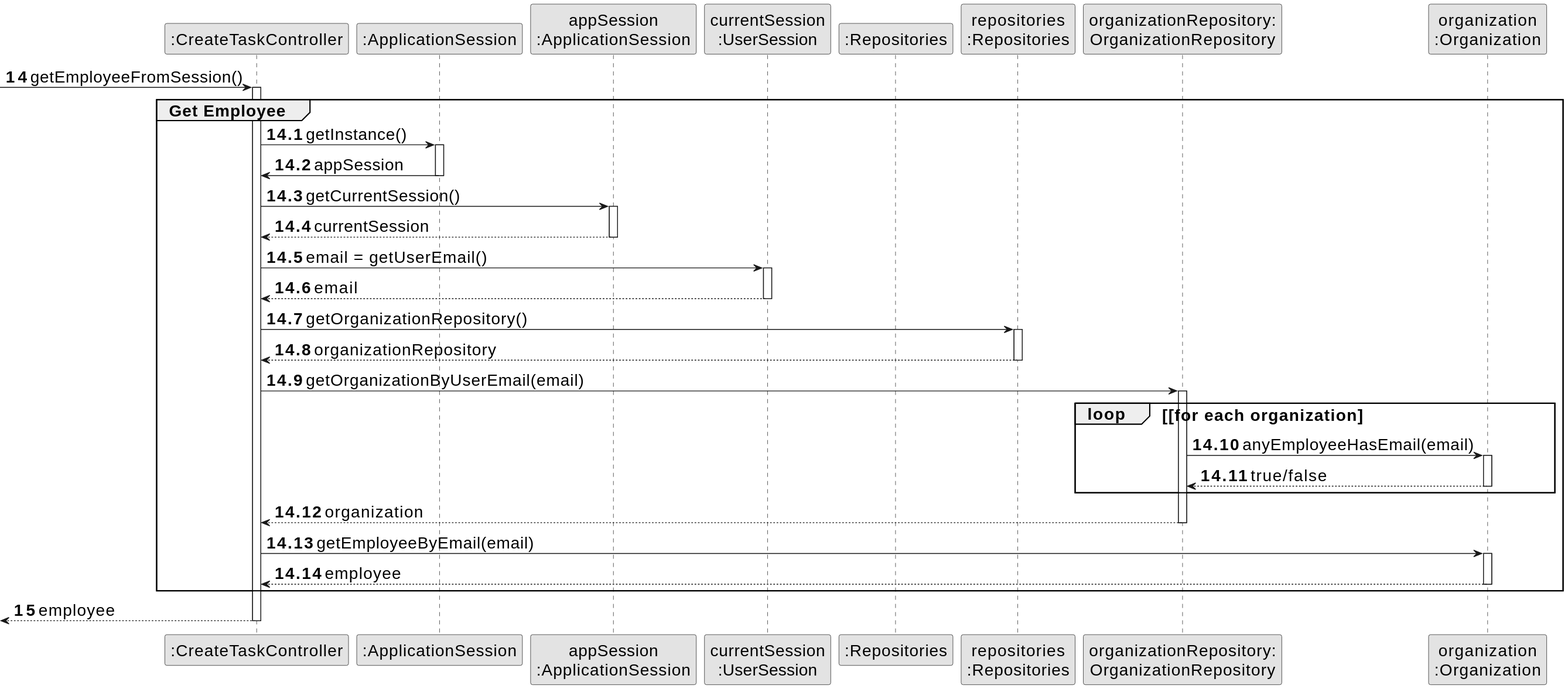
daniel41silva05/ISEP_2023_2024_LAPR2 keeps this PlantUML diagram as docs/sprintA&B/us004/03.design/svg/us004-sequence-diagram-partial-get-skill-list.svg. Above is the earlier version. The source it was exported from:
```plantuml
@startuml
skinparamlocked defaultFontSize 20
skinparam monochrome true
skinparam packageStyle rectangle
skinparam shadowing false



participant ":CreateTaskController" as CTRL
participant ":ApplicationSession" as _APP
participant "appSession\n:ApplicationSession" as APP
participant "currentSession\n:UserSession" as SESSAO
participant ":Repositories" as RepositorySingleton
participant "repositories\n:Repositories" as PLAT
participant "organizationRepository:\nOrganizationRepository" as OrganizationRepository
participant "organization\n:Organization" as ORG

autonumber 14
-> CTRL : getEmployeeFromSession()
autonumber 14.1
activate CTRL

    group Get Employee
        CTRL -> _APP: getInstance()
        activate _APP
            _APP -> CTRL: appSession
        deactivate _APP

        CTRL -> APP: getCurrentSession()
        activate APP

            APP --> CTRL: currentSession
        deactivate APP

        CTRL -> SESSAO: email = getUserEmail()
        activate SESSAO

            SESSAO --> CTRL: email
        deactivate SESSAO

        CTRL -> PLAT: getOrganizationRepository()
        activate PLAT

            PLAT --> CTRL: organizationRepository
        deactivate PLAT

        CTRL -> OrganizationRepository: getOrganizationByUserEmail(email)
        activate OrganizationRepository

            loop [for each organization
                OrganizationRepository -> ORG : anyEmployeeHasEmail(email)
                activate ORG

                     ORG --> OrganizationRepository : true/false
                deactivate ORG
            end

            OrganizationRepository --> CTRL : organization

        deactivate OrganizationRepository

        CTRL -> ORG: getEmployeeByEmail(email)
        activate ORG

            ORG --> CTRL : employee
        deactivate ORG
    end
    autonumber 15
    <-- CTRL : employee
deactivate CTRL
@enduml
```
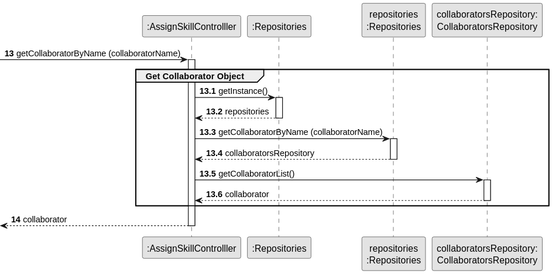
Later version of the same file.

Commit message:
US004 - sequence diagram partial get skill list

What changed in the source:
```diff
@@ -1,71 +1,43 @@
 @startuml
-skinparamlocked defaultFontSize 20
 skinparam monochrome true
 skinparam packageStyle rectangle
 skinparam shadowing false
 
+autonumber
 
 
-participant ":CreateTaskController" as CTRL
-participant ":ApplicationSession" as _APP
-participant "appSession\n:ApplicationSession" as APP
-participant "currentSession\n:UserSession" as SESSAO
-participant ":Repositories" as RepositorySingleton
-participant "repositories\n:Repositories" as PLAT
-participant "organizationRepository:\nOrganizationRepository" as OrganizationRepository
-participant "organization\n:Organization" as ORG
+participant ":AssignSkillControlller" as CTRL
+participant ":Repositories" as REP
+participant "repositories\n:Repositories" as REPS
+participant "collaboratorsRepository:\nCollaboratorsRepository" as collaboratorsRepository
 
-autonumber 14
--> CTRL : getEmployeeFromSession()
-autonumber 14.1
+autonumber 13
+
+ -> CTRL : getCollaboratorByName (collaboratorName)
+autonumber 13.1
 activate CTRL
+    group Get Collaborator Object
 
-    group Get Employee
-        CTRL -> _APP: getInstance()
-        activate _APP
-            _APP -> CTRL: appSession
-        deactivate _APP
+            CTRL -> REP : getInstance()
+            activate REP
 
-        CTRL -> APP: getCurrentSession()
-        activate APP
+            REP --> CTRL: repositories
+            deactivate REP
 
-            APP --> CTRL: currentSession
-        deactivate APP
+            CTRL -> REPS : getCollaboratorByName (collaboratorName)
+            activate REPS
 
-        CTRL -> SESSAO: email = getUserEmail()
-        activate SESSAO
+            REPS --> CTRL: collaboratorsRepository
+            deactivate REPS
 
-            SESSAO --> CTRL: email
-        deactivate SESSAO
+            CTRL -> collaboratorsRepository: getCollaboratorList()
+            activate collaboratorsRepository
 
-        CTRL -> PLAT: getOrganizationRepository()
-        activate PLAT
+            collaboratorsRepository --> CTRL : collaborator
+            deactivate collaboratorsRepository
 
-            PLAT --> CTRL: organizationRepository
-        deactivate PLAT
-
-        CTRL -> OrganizationRepository: getOrganizationByUserEmail(email)
-        activate OrganizationRepository
-
-            loop [for each organization
-                OrganizationRepository -> ORG : anyEmployeeHasEmail(email)
-                activate ORG
-
-                     ORG --> OrganizationRepository : true/false
-                deactivate ORG
-            end
-
-            OrganizationRepository --> CTRL : organization
-
-        deactivate OrganizationRepository
-
-        CTRL -> ORG: getEmployeeByEmail(email)
-        activate ORG
-
-            ORG --> CTRL : employee
-        deactivate ORG
     end
-    autonumber 15
-    <-- CTRL : employee
+    autonumber 14
+    <-- CTRL  : collaborator
 deactivate CTRL
 @enduml
```
